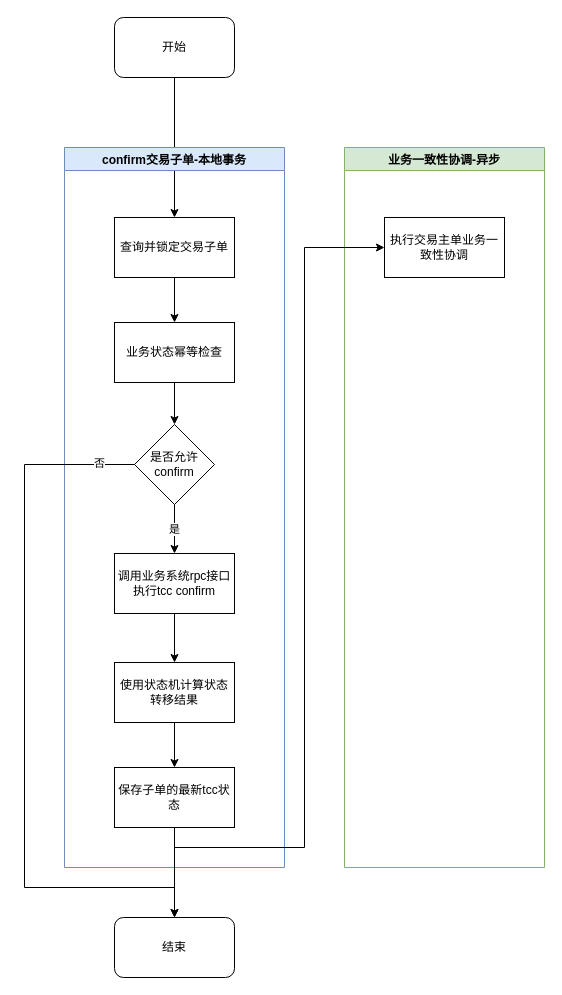
Before: 人工confirm交易子单.drawio in catface996/images, a draw.io diagram. Source tidied: cells renumbered, new cells numbered last; positions are measured from the earlier drawing's top-left corner, leaving out a move shared by most shapes. Both pictures are drawn from the tidied source at 100%, with x=0, y=0 at pixel (24, 17).
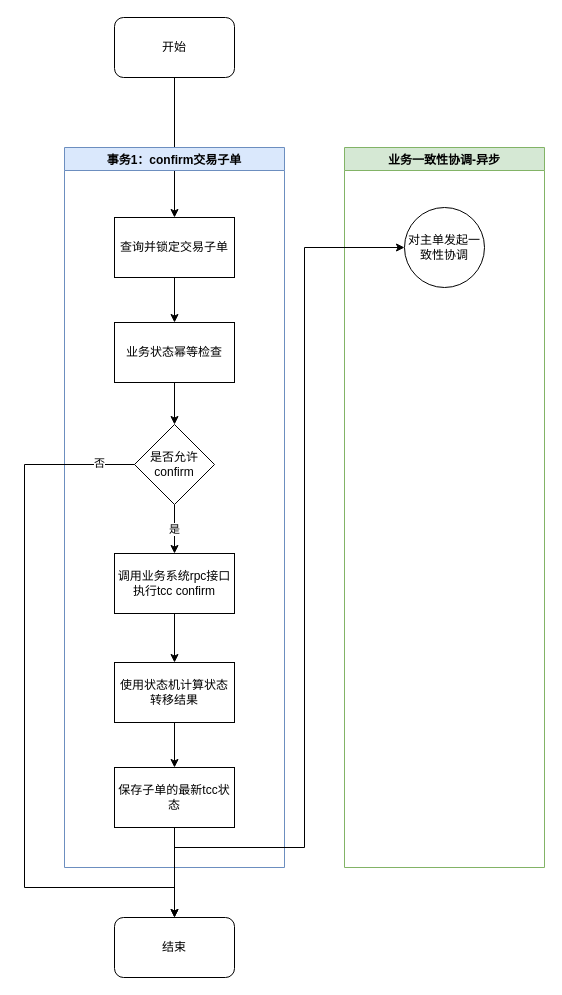
The same diagram, later.

Commit message:
更新人工confirm交易子单.drawio

Unchanged cells that the change refers to:
```xml
<mxCell id="15" value="保存子单的最新tcc状态" style="rounded=0;whiteSpace=wrap;html=1;" parent="4" vertex="1">
  <mxGeometry x="50" y="620" width="120" height="60" as="geometry" />
</mxCell>
<mxCell id="17" value="业务一致性协调-异步" style="swimlane;fillColor=#d5e8d4;strokeColor=#82b366;" parent="1" vertex="1">
  <mxGeometry x="320" y="130" width="200" height="720" as="geometry" />
</mxCell>
```

Diff of the diagram source:
```diff
@@
-    <mxCell id="4" value="confirm交易子单-本地事务" style="swimlane;startSize=23;fillColor=#dae8fc;strokeColor=#6c8ebf;" parent="1" vertex="1">
+    <mxCell id="4" value="事务1：confirm交易子单" style="swimlane;startSize=23;fillColor=#dae8fc;strokeColor=#6c8ebf;" parent="1" vertex="1">
       <mxGeometry x="40" y="130" width="220" height="720" as="geometry" />
     </mxCell>
@@
-    <mxCell id="18" value="执行交易主单业务一致性协调" style="rounded=0;whiteSpace=wrap;html=1;" parent="17" vertex="1">
-      <mxGeometry x="40" y="70" width="120" height="60" as="geometry" />
-    </mxCell>
+    <mxCell id="23" value="对主单发起一致性协调" style="ellipse;whiteSpace=wrap;html=1;" parent="17" vertex="1">
+      <mxGeometry x="60" y="60" width="80" height="80" as="geometry" />
+    </mxCell>
@@
-    <mxCell id="21" style="edgeStyle=orthogonalEdgeStyle;rounded=0;jettySize=auto;html=1;entryX=0;entryY=0.5;entryDx=0;entryDy=0;exitX=0.5;exitY=1;exitDx=0;exitDy=0;" parent="1" edge="1" source="15" target="18">
+    <mxCell id="21" style="edgeStyle=orthogonalEdgeStyle;rounded=0;jettySize=auto;html=1;entryX=0;entryY=0.5;entryDx=0;entryDy=0;exitX=0.5;exitY=1;exitDx=0;exitDy=0;" parent="1" edge="1" source="15" target="23">
       <mxGeometry relative="1" as="geometry">
         <Array as="points">
           <mxPoint x="150" y="830" />
           <mxPoint x="280" y="830" />
           <mxPoint x="280" y="230" />
         </Array>
       </mxGeometry>
     </mxCell>
```
